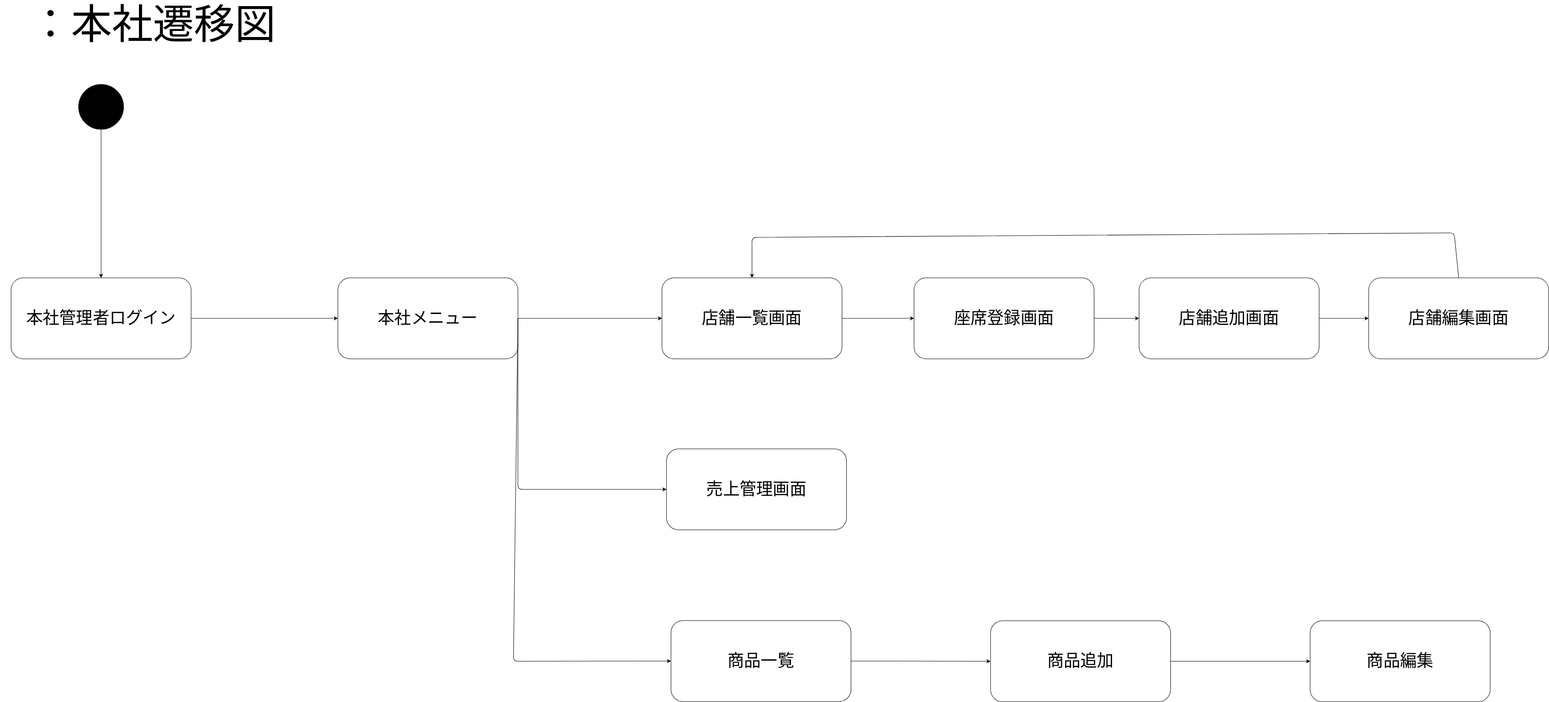
This is 画面遷移図3.drawio.svg from youryota/sample, a draw.io export, as it was before one commit. Source tidied: cells renumbered, new cells last; positions are measured from the earlier drawing's top-left corner, leaving out a move shared by most shapes.
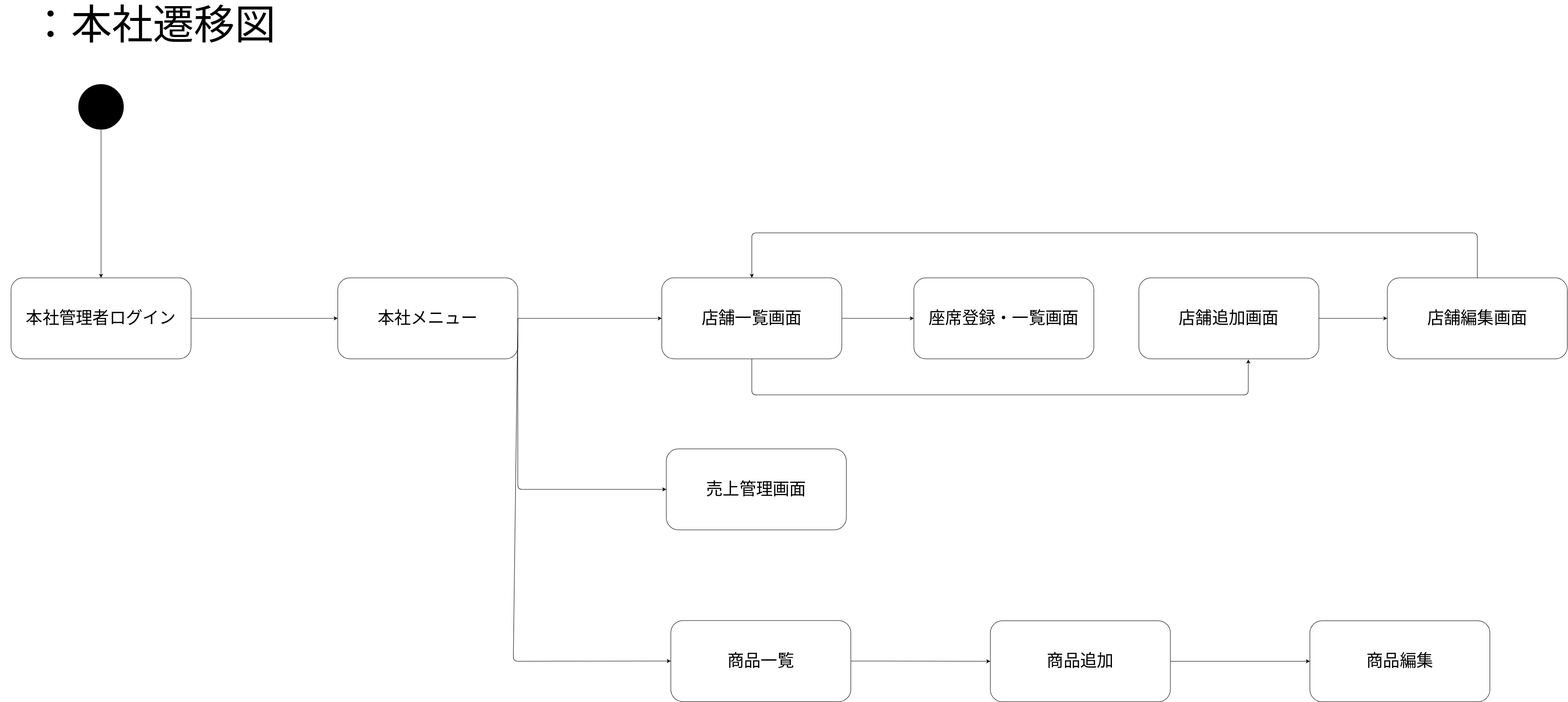
Later version of the same file.

What changed in the source:
```diff
@@ -18,7 +18,7 @@
       <mxGeometry x="2530" y="590" width="400" height="180" as="geometry" />
     </mxCell>
     <mxCell id="7" value="&lt;span style=&quot;font-size: 37px;&quot;&gt;店舗編集画面&lt;/span&gt;" style="rounded=1;whiteSpace=wrap;html=1;fontSize=27;fillColor=#FFFFFF;" parent="1" vertex="1">
-      <mxGeometry x="3040" y="590" width="400" height="180" as="geometry" />
+      <mxGeometry x="3082" y="590" width="400" height="180" as="geometry" />
     </mxCell>
     <mxCell id="8" value="：本社遷移図" style="text;html=1;align=center;verticalAlign=middle;whiteSpace=wrap;rounded=0;fontSize=91;" parent="1" vertex="1">
       <mxGeometry width="679" height="55" as="geometry" />
@@ -45,9 +45,6 @@
     <mxCell id="14" style="endArrow=classic;html=1;exitX=1;exitY=0.5;exitDx=0;exitDy=0;entryX=0;entryY=0.5;entryDx=0;entryDy=0;" parent="1" edge="1" source="5" target="23">
       <mxGeometry relative="1" as="geometry" />
     </mxCell>
-    <mxCell id="15" style="endArrow=classic;html=1;entryX=0;entryY=0.5;entryDx=0;entryDy=0;exitX=1;exitY=0.5;exitDx=0;exitDy=0;" parent="1" edge="1" source="6" target="7">
-      <mxGeometry relative="1" as="geometry" />
-    </mxCell>
     <mxCell id="16" value="&lt;span style=&quot;font-size: 37px;&quot;&gt;商品一覧&lt;/span&gt;" style="rounded=1;whiteSpace=wrap;html=1;fontSize=27;fillColor=#FFFFFF;" parent="1" vertex="1">
       <mxGeometry x="1490" y="1351.5" width="400" height="180" as="geometry" />
     </mxCell>
@@ -68,8 +65,8 @@
     <mxCell id="20" style="endArrow=classic;html=1;exitX=0.5;exitY=0;exitDx=0;exitDy=0;entryX=0.5;entryY=0;entryDx=0;entryDy=0;" parent="1" edge="1" source="7" target="5">
       <mxGeometry relative="1" as="geometry">
         <Array as="points">
-          <mxPoint x="3230" y="490" />
-          <mxPoint x="1670" y="500" />
+          <mxPoint x="3282" y="490" />
+          <mxPoint x="1670" y="490" />
         </Array>
       </mxGeometry>
     </mxCell>
@@ -79,11 +76,19 @@
     <mxCell id="22" style="endArrow=classic;html=1;entryX=0;entryY=0.5;entryDx=0;entryDy=0;exitX=1;exitY=0.5;exitDx=0;exitDy=0;" parent="1" edge="1" source="21" target="17">
       <mxGeometry relative="1" as="geometry" />
     </mxCell>
-    <mxCell id="23" value="&lt;span style=&quot;font-size: 37px;&quot;&gt;座席登録画面&lt;/span&gt;" style="rounded=1;whiteSpace=wrap;html=1;fontSize=27;fillColor=#FFFFFF;" parent="1" vertex="1">
+    <mxCell id="23" value="&lt;span style=&quot;font-size: 37px;&quot;&gt;座席登録・一覧画面&lt;/span&gt;" style="rounded=1;whiteSpace=wrap;html=1;fontSize=27;fillColor=#FFFFFF;" parent="1" vertex="1">
       <mxGeometry x="2030" y="590" width="400" height="180" as="geometry" />
     </mxCell>
-    <mxCell id="24" style="endArrow=classic;html=1;exitX=1;exitY=0.5;exitDx=0;exitDy=0;" parent="1" edge="1" source="23" target="6">
-      <mxGeometry relative="1" as="geometry" />
+    <mxCell id="24" style="endArrow=classic;html=1;exitX=0.5;exitY=1;exitDx=0;exitDy=0;entryX=0.608;entryY=1.007;entryDx=0;entryDy=0;entryPerimeter=0;" parent="1" edge="1" source="5" target="6">
+      <mxGeometry relative="1" as="geometry">
+        <Array as="points">
+          <mxPoint x="1670" y="850" />
+          <mxPoint x="2773" y="850" />
+        </Array>
+      </mxGeometry>
     </mxCell>
+    <mxCell id="15" style="endArrow=classic;html=1;entryX=0;entryY=0.5;entryDx=0;entryDy=0;exitX=1;exitY=0.5;exitDx=0;exitDy=0;" parent="1" edge="1" source="6" target="7">
+      <mxGeometry relative="1" as="geometry" />
+    </mxCell>
   </root>
 </mxGraphModel>
```
